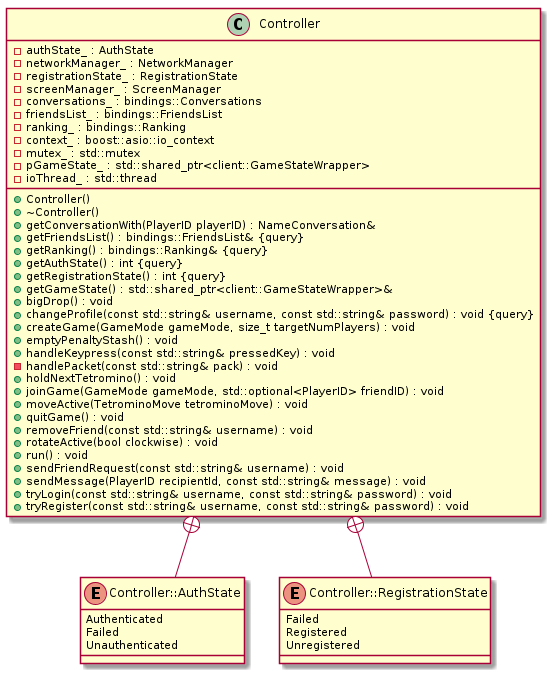
ulb-info2-group5/Royal-Blocks keeps this PlantUML diagram as res/uml/class/ControllerClass.png. Above is the earlier version. Its source is kept beside it as doc/uml/class/client/ControllerClass.plantuml.
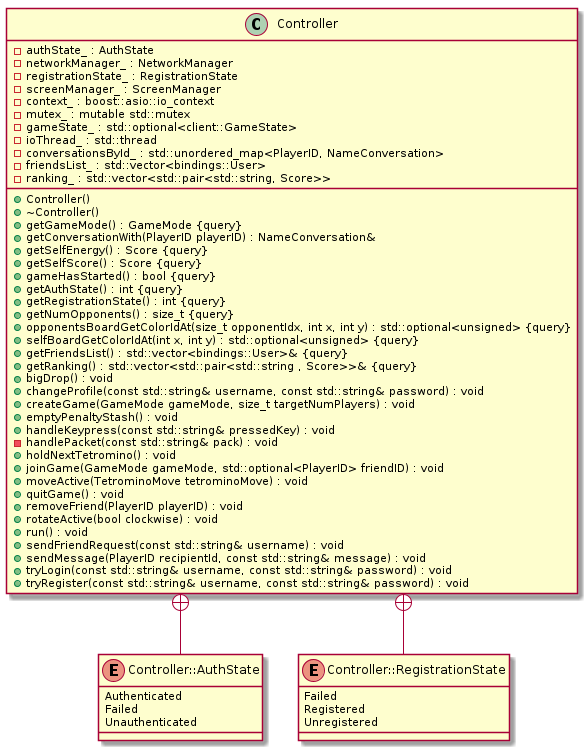
Above is the later version.

The edit, as a diff of the source:
```diff
@@ -1,7 +1,7 @@
 @startuml ControllerClass
 
 
-
+skinparam linetype ortho
 
 
 
@@ -9,24 +9,30 @@
 	+Controller()
 	+~Controller()
 	-authState_ : AuthState
+	+getGameMode() : GameMode {query}
 	+getConversationWith(PlayerID playerID) : NameConversation&
 	-networkManager_ : NetworkManager
 	-registrationState_ : RegistrationState
+	+getSelfEnergy() : Score {query}
+	+getSelfScore() : Score {query}
 	-screenManager_ : ScreenManager
-	-conversations_ : bindings::Conversations
-	-friendsList_ : bindings::FriendsList
-	+getFriendsList() : bindings::FriendsList& {query}
-	-ranking_ : bindings::Ranking
-	+getRanking() : bindings::Ranking& {query}
+	+gameHasStarted() : bool {query}
 	-context_ : boost::asio::io_context
 	+getAuthState() : int {query}
 	+getRegistrationState() : int {query}
-	-mutex_ : std::mutex
-	-pGameState_ : std::shared_ptr<client::GameStateWrapper>
-	+getGameState() : std::shared_ptr<client::GameStateWrapper>&
+	-mutex_ : mutable std::mutex
+	+getNumOpponents() : size_t {query}
+	-gameState_ : std::optional<client::GameState>
+	+opponentsBoardGetColorIdAt(size_t opponentIdx, int x, int y) : std::optional<unsigned> {query}
+	+selfBoardGetColorIdAt(int x, int y) : std::optional<unsigned> {query}
 	-ioThread_ : std::thread
+	-conversationsById_ : std::unordered_map<PlayerID, NameConversation>
+	-friendsList_ : std::vector<bindings::User>
+	+getFriendsList() : std::vector<bindings::User>& {query}
+	+getRanking() : std::vector<std::pair<std::string , Score>>& {query}
+	-ranking_ : std::vector<std::pair<std::string, Score>>
 	+bigDrop() : void
-	+changeProfile(const std::string& username, const std::string& password) : void {query}
+	+changeProfile(const std::string& username, const std::string& password) : void
 	+createGame(GameMode gameMode, size_t targetNumPlayers) : void
 	+emptyPenaltyStash() : void
 	+handleKeypress(const std::string& pressedKey) : void
@@ -35,7 +41,7 @@
 	+joinGame(GameMode gameMode, std::optional<PlayerID> friendID) : void
 	+moveActive(TetrominoMove tetrominoMove) : void
 	+quitGame() : void
-	+removeFriend(const std::string& username) : void
+	+removeFriend(PlayerID playerID) : void
 	+rotateActive(bool clockwise) : void
 	+run() : void
 	+sendFriendRequest(const std::string& username) : void
```
